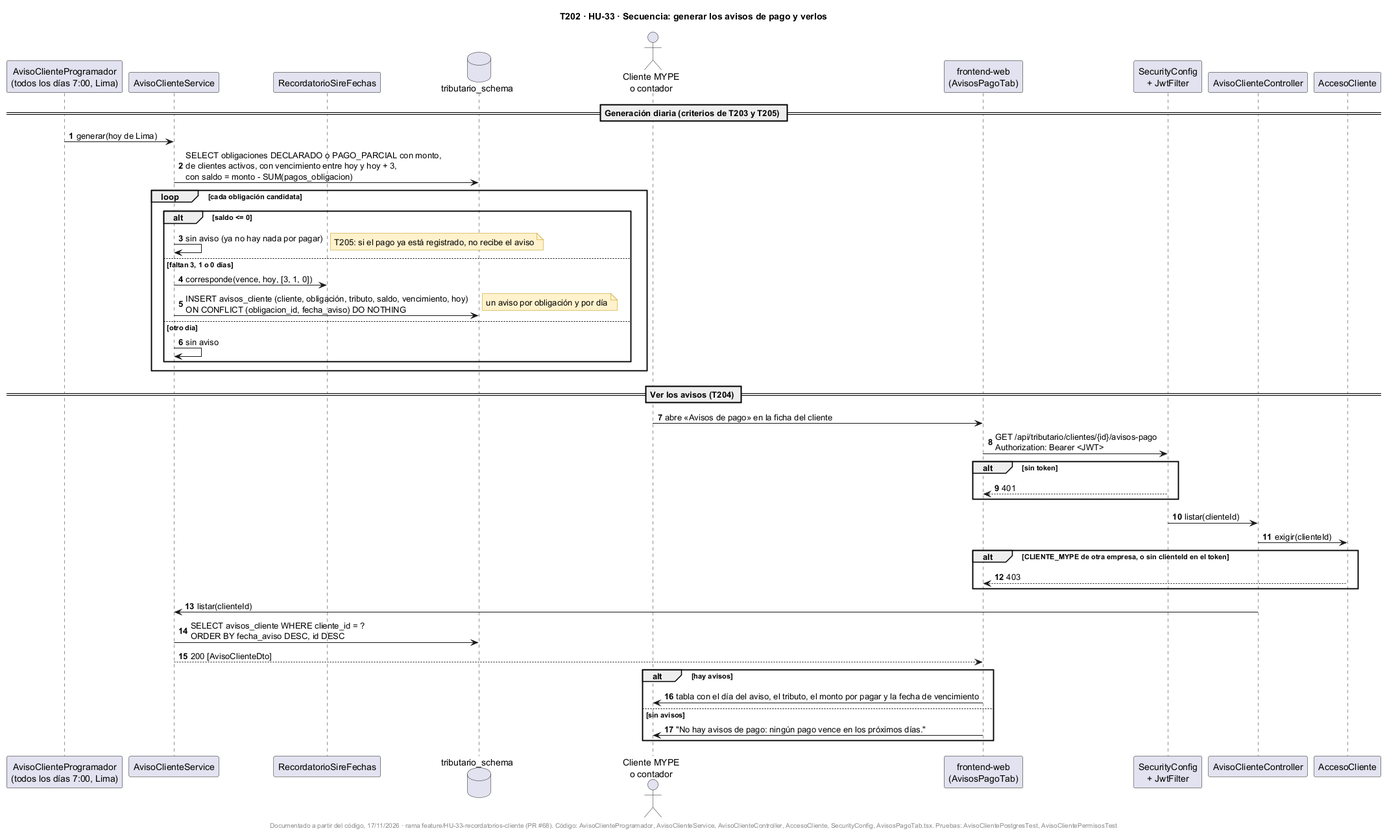
The PlantUML diagram docs/uml/img/T202-HU33-secuencia-avisos-pago.png in fabianrodriguez33/plus-contable, before a commit.
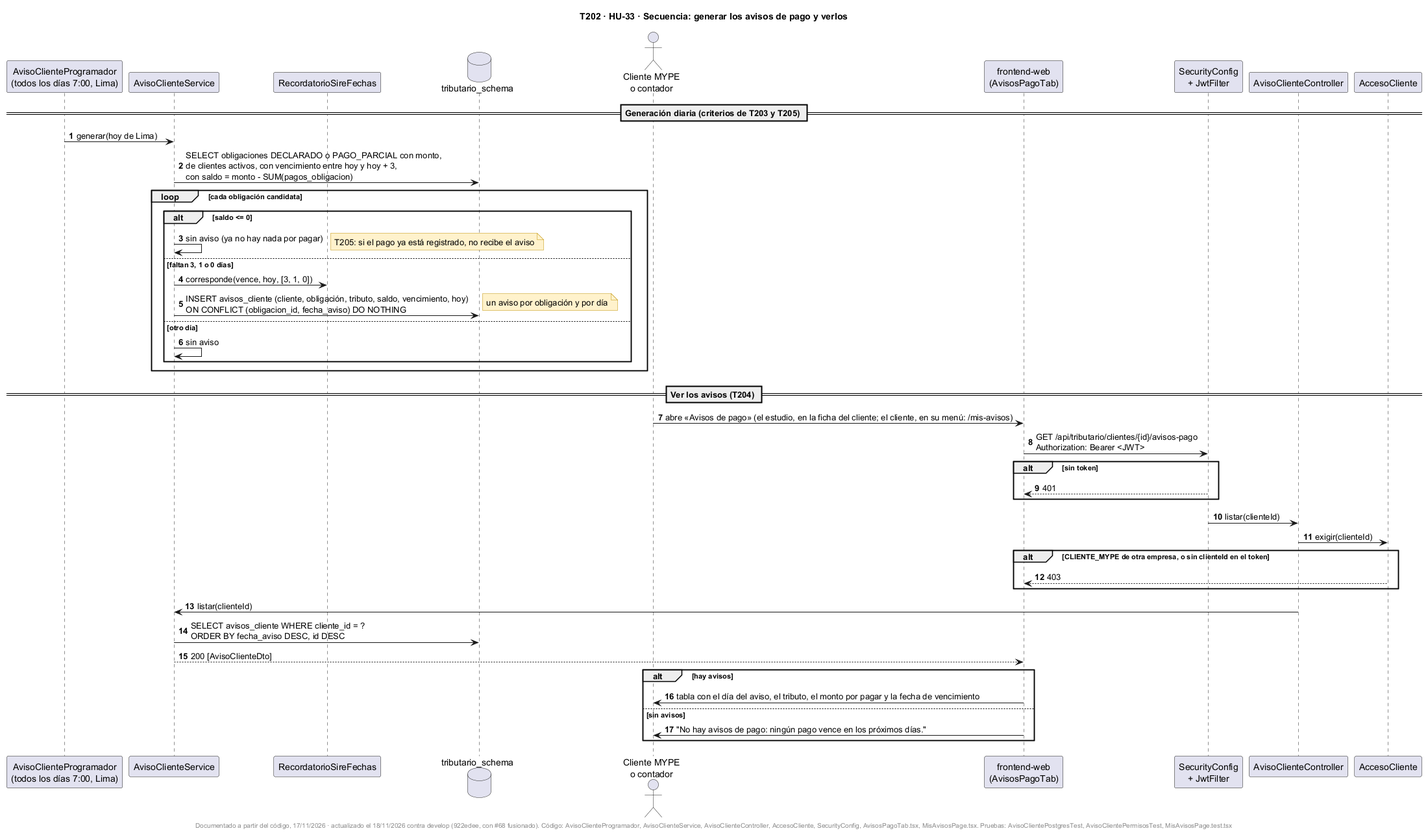
After the change.

Commit message:
Diagramas de HU-33, HU-35 y HU-34 actualizados con develop: pantalla «Avisos de pago», redirección al renderizar, 401 que borra la copia local y caché versionado

The edit, as a diff of the source:
```diff
@@ -32,7 +32,7 @@
 end
 
 == Ver los avisos (T204) ==
-U -> FE : abre «Avisos de pago» en la ficha del cliente
+U -> FE : abre «Avisos de pago» (el estudio, en la ficha del cliente; el cliente, en su menú: /mis-avisos)
 FE -> SEC : GET /api/tributario/clientes/{id}/avisos-pago\nAuthorization: Bearer <JWT>
 alt sin token
   SEC --> FE : 401
@@ -51,5 +51,5 @@
   FE -> U : "No hay avisos de pago: ningún pago vence en los próximos días."
 end
 
-footer Documentado a partir del código, 17/11/2026 · rama feature/HU-33-recordatorios-cliente (PR #68). Código: AvisoClienteProgramador, AvisoClienteService, AvisoClienteController, AccesoCliente, SecurityConfig, AvisosPagoTab.tsx. Pruebas: AvisoClientePostgresTest, AvisoClientePermisosTest
+footer Documentado a partir del código, 17/11/2026 · actualizado el 18/11/2026 contra develop (922edee, con #68 fusionado). Código: AvisoClienteProgramador, AvisoClienteService, AvisoClienteController, AccesoCliente, SecurityConfig, AvisosPagoTab.tsx, MisAvisosPage.tsx. Pruebas: AvisoClientePostgresTest, AvisoClientePermisosTest, MisAvisosPage.test.tsx
 @enduml
```
